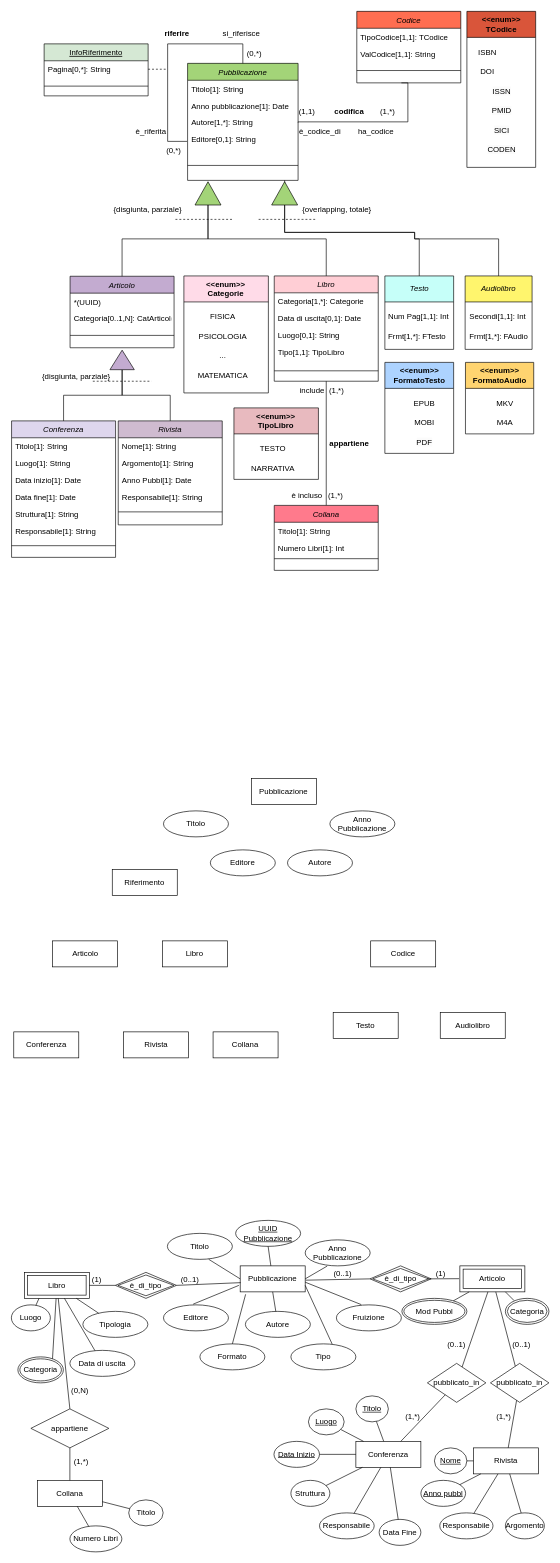
This is elibrary.drawio from GritHat/diagrams-draw.io, a draw.io file, before an edit. Source tidied: cells renumbered, new cells numbered last; positions are measured from the earlier drawing's top-left corner, leaving out a move shared by most shapes. Both pictures are drawn from the tidied source at 65%, with x=0, y=0 at pixel (11, 11).
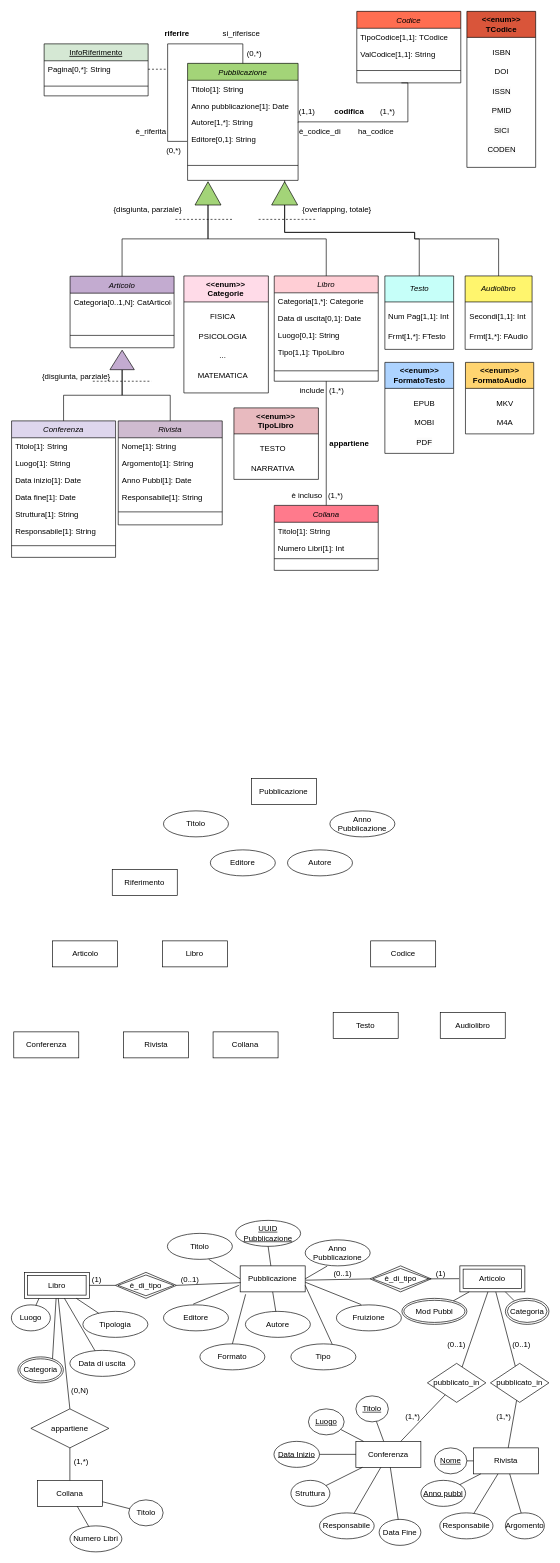
The same page after the edit.

The change refers to these unchanged cells:
```xml
<mxCell id="22" value="Articolo" style="swimlane;fontStyle=2;align=center;verticalAlign=top;horizontal=1;startSize=26;rounded=0;shadow=0;strokeWidth=1;fillColor=#C3ABD0;" parent="1" vertex="1">
  <mxGeometry x="90.3" y="407.5" width="160" height="110" as="geometry" />
</mxCell>
<mxCell id="197" value="&lt;div&gt;&amp;lt;&amp;lt;enum&amp;gt;&amp;gt;&lt;br&gt;TCodice&lt;/div&gt;" style="swimlane;whiteSpace=wrap;html=1;startSize=40;fillColor=#D9553A;" parent="1" vertex="1">
  <mxGeometry x="700.8" width="105.8" height="240" as="geometry" />
</mxCell>
```

The edit, as a diff of the source:
```diff
@@
+    <mxCell id="24" value="Categoria[0..1,N]: CatArticolo" style="text;align=left;verticalAlign=top;spacingLeft=4;spacingRight=4;overflow=hidden;" parent="22" vertex="1">
+      <mxGeometry y="26" width="160" height="26" as="geometry" />
+    </mxCell>
-    <mxCell id="23" value="*(UUID)" style="text;align=left;verticalAlign=top;spacingLeft=4;spacingRight=4;overflow=hidden;" parent="22" vertex="1">
-      <mxGeometry y="26" width="160" height="26" as="geometry" />
+    <mxCell id="23" value="&#10;" style="text;align=left;verticalAlign=top;spacingLeft=4;spacingRight=4;overflow=hidden;" parent="22" vertex="1">
+      <mxGeometry y="52" width="160" height="26" as="geometry" />
     </mxCell>
-    <mxCell id="24" value="Categoria[0..1,N]: CatArticolo" style="text;align=left;verticalAlign=top;spacingLeft=4;spacingRight=4;overflow=hidden;" parent="22" vertex="1">
-      <mxGeometry y="52" width="160" height="26" as="geometry" />
-    </mxCell>
@@
     <mxCell id="198" value="ISBN" style="text;html=1;align=center;verticalAlign=middle;strokeColor=none;fillColor=none;" parent="197" vertex="1">
-      <mxGeometry x="6.5" y="48" width="50" height="30" as="geometry" />
+      <mxGeometry x="27.9" y="48" width="50" height="30" as="geometry" />
     </mxCell>
     <mxCell id="199" value="DOI" style="text;html=1;align=center;verticalAlign=middle;strokeColor=none;fillColor=none;" parent="197" vertex="1">
-      <mxGeometry x="11.5" y="78" width="40" height="30" as="geometry" />
+      <mxGeometry x="32.9" y="78" width="40" height="30" as="geometry" />
     </mxCell>
```
